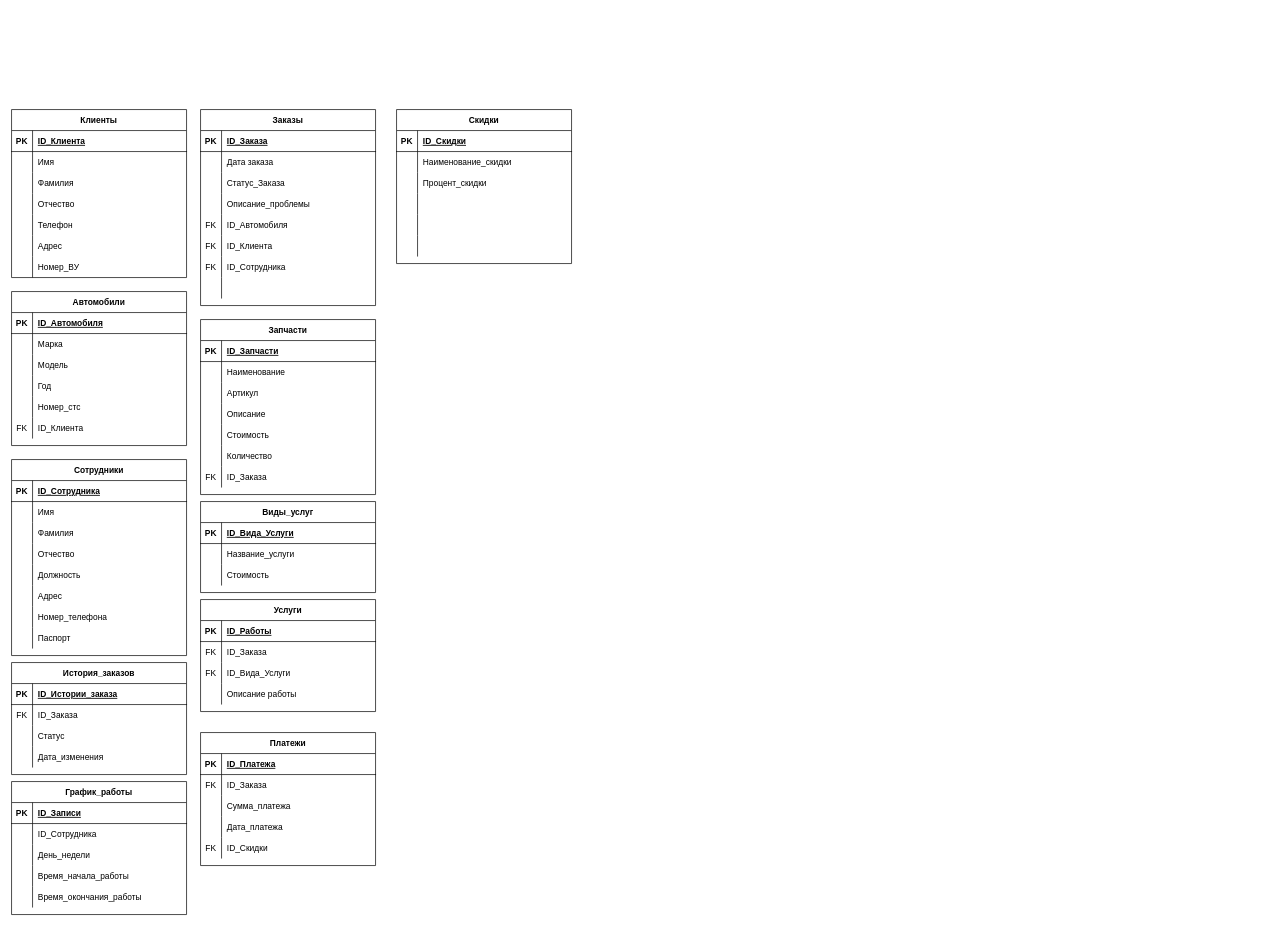
Earlier version of the draw.io diagram bsbd-kurs.drawio (1DeMeNToR1/D-D-Helper). Source tidied: cells renumbered, new cells numbered last; positions are measured from the earlier drawing's top-left corner, leaving out a move shared by most shapes. Both pictures are drawn from the tidied source at 70%, with x=0, y=0 at pixel (11, 109).
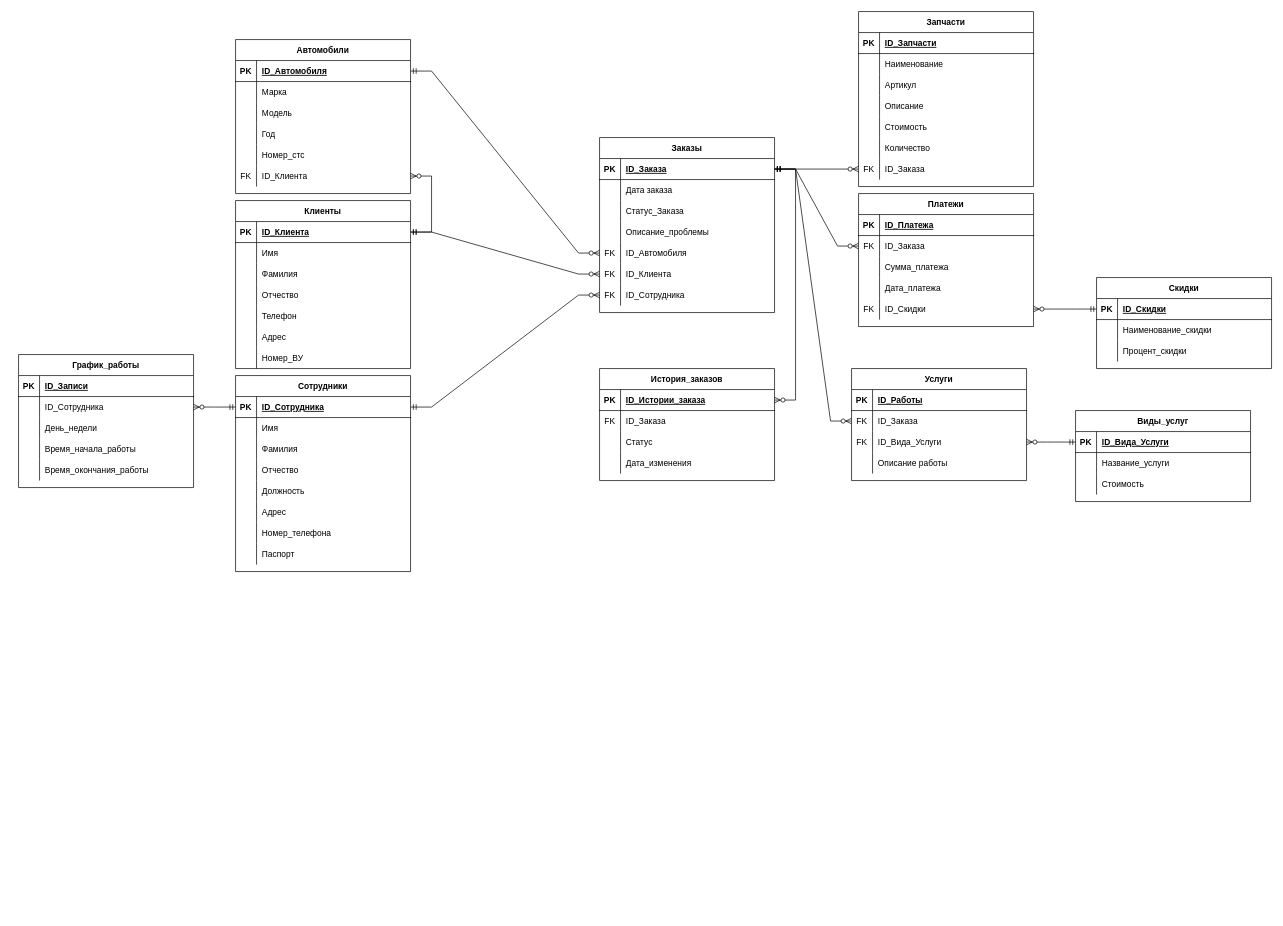
After the change.

The change refers to these unchanged cells:
```xml
<mxCell id="3" style="shape=partialRectangle;fillColor=none;points=[[0,0.5],[1,0.5]];portConstraint=eastwest;top=0;left=0;right=0;bottom=1;" parent="2" vertex="1">
  <mxGeometry y="30" width="250" height="30" as="geometry" />
</mxCell>
<mxCell id="25" style="shape=partialRectangle;fillColor=none;points=[[0,0.5],[1,0.5]];portConstraint=eastwest;top=0;left=0;right=0;bottom=1;" parent="24" vertex="1">
  <mxGeometry y="30" width="250" height="30" as="geometry" />
</mxCell>
<mxCell id="37" style="shape=partialRectangle;fillColor=none;points=[[0,0.5],[1,0.5]];portConstraint=eastwest;top=0;left=0;right=0;bottom=0;" parent="24" vertex="1">
  <mxGeometry y="150" width="250" height="30" as="geometry" />
</mxCell>
<mxCell id="40" style="shape=partialRectangle;fillColor=none;points=[[0,0.5],[1,0.5]];portConstraint=eastwest;top=0;left=0;right=0;bottom=0;" parent="24" vertex="1">
  <mxGeometry y="180" width="250" height="30" as="geometry" />
</mxCell>
<mxCell id="43" style="shape=partialRectangle;fillColor=none;points=[[0,0.5],[1,0.5]];portConstraint=eastwest;top=0;left=0;right=0;bottom=0;" parent="24" vertex="1">
  <mxGeometry y="210" width="250" height="30" as="geometry" />
</mxCell>
<mxCell id="50" style="shape=partialRectangle;fillColor=none;points=[[0,0.5],[1,0.5]];portConstraint=eastwest;top=0;left=0;right=0;bottom=1;" parent="49" vertex="1">
  <mxGeometry y="30" width="250" height="30" as="geometry" />
</mxCell>
<mxCell id="65" style="shape=partialRectangle;fillColor=none;points=[[0,0.5],[1,0.5]];portConstraint=eastwest;top=0;left=0;right=0;bottom=0;" parent="49" vertex="1">
  <mxGeometry y="180" width="250" height="30" as="geometry" />
</mxCell>
<mxCell id="87" style="shape=partialRectangle;fillColor=none;points=[[0,0.5],[1,0.5]];portConstraint=eastwest;top=0;left=0;right=0;bottom=0;" parent="68" vertex="1">
  <mxGeometry y="210" width="250" height="30" as="geometry" />
</mxCell>
<mxCell id="91" style="shape=partialRectangle;fillColor=none;points=[[0,0.5],[1,0.5]];portConstraint=eastwest;top=0;left=0;right=0;bottom=1;" parent="90" vertex="1">
  <mxGeometry y="30" width="250" height="30" as="geometry" />
</mxCell>
<mxCell id="116" style="shape=partialRectangle;fillColor=none;points=[[0,0.5],[1,0.5]];portConstraint=eastwest;top=0;left=0;right=0;bottom=1;" parent="115" vertex="1">
  <mxGeometry y="30" width="250" height="30" as="geometry" />
</mxCell>
<mxCell id="129" style="shape=partialRectangle;fillColor=none;points=[[0,0.5],[1,0.5]];portConstraint=eastwest;top=0;left=0;right=0;bottom=0;" parent="125" vertex="1">
  <mxGeometry y="60" width="250" height="30" as="geometry" />
</mxCell>
<mxCell id="132" style="shape=partialRectangle;fillColor=none;points=[[0,0.5],[1,0.5]];portConstraint=eastwest;top=0;left=0;right=0;bottom=0;" parent="125" vertex="1">
  <mxGeometry y="90" width="250" height="30" as="geometry" />
</mxCell>
<mxCell id="139" style="shape=partialRectangle;fillColor=none;points=[[0,0.5],[1,0.5]];portConstraint=eastwest;top=0;left=0;right=0;bottom=1;" parent="138" vertex="1">
  <mxGeometry y="30" width="250" height="30" as="geometry" />
</mxCell>
<mxCell id="158" style="shape=partialRectangle;fillColor=none;points=[[0,0.5],[1,0.5]];portConstraint=eastwest;top=0;left=0;right=0;bottom=1;" parent="157" vertex="1">
  <mxGeometry y="30" width="250" height="30" as="geometry" />
</mxCell>
<mxCell id="174" style="shape=partialRectangle;fillColor=none;points=[[0,0.5],[1,0.5]];portConstraint=eastwest;top=0;left=0;right=0;bottom=0;" parent="170" vertex="1">
  <mxGeometry y="60" width="250" height="30" as="geometry" />
</mxCell>
<mxCell id="183" style="shape=partialRectangle;fillColor=none;points=[[0,0.5],[1,0.5]];portConstraint=eastwest;top=0;left=0;right=0;bottom=0;" parent="170" vertex="1">
  <mxGeometry y="150" width="250" height="30" as="geometry" />
</mxCell>
<mxCell id="190" style="shape=partialRectangle;fillColor=none;points=[[0,0.5],[1,0.5]];portConstraint=eastwest;top=0;left=0;right=0;bottom=0;" parent="186" vertex="1">
  <mxGeometry y="60" width="250" height="30" as="geometry" />
</mxCell>
```

Diff of the diagram source:
```diff
@@
     <mxCell id="2" value="Клиенты" style="shape=table;startSize=30;childLayout=tableLayout;rowLines=0;fontStyle=1;align=center;" parent="1" vertex="1">
-      <mxGeometry width="250" height="240" as="geometry" />
+      <mxGeometry x="320" y="130" width="250" height="240" as="geometry" />
     </mxCell>
@@
     <mxCell id="24" value="Заказы" style="shape=table;startSize=30;childLayout=tableLayout;rowLines=0;fontStyle=1;align=center;" parent="1" vertex="1">
-      <mxGeometry x="270" width="250" height="280" as="geometry" />
+      <mxGeometry x="840" y="40" width="250" height="250" as="geometry" />
     </mxCell>
@@
-    <mxCell id="46" style="shape=partialRectangle;fillColor=none;top=0;left=0;right=0;bottom=0;" parent="24" vertex="1">
-      <mxGeometry y="240" width="250" height="30" as="geometry" />
-    </mxCell>
-    <mxCell id="47" style="shape=partialRectangle;overflow=hidden;fillColor=none;top=0;left=0;bottom=0;right=0;" parent="46" vertex="1">
-      <mxGeometry width="30" height="30" as="geometry" />
-    </mxCell>
-    <mxCell id="48" style="shape=partialRectangle;overflow=hidden;fillColor=none;top=0;left=0;bottom=0;right=0;align=left;spacingLeft=6;" parent="46" vertex="1">
-      <mxGeometry x="30" width="220" height="30" as="geometry" />
-    </mxCell>
     <mxCell id="49" value="Автомобили" style="shape=table;startSize=30;childLayout=tableLayout;rowLines=0;fontStyle=1;align=center;" parent="1" vertex="1">
-      <mxGeometry y="260" width="250" height="220" as="geometry" />
+      <mxGeometry x="320" y="-100" width="250" height="220" as="geometry" />
     </mxCell>
@@
     <mxCell id="68" value="Запчасти" style="shape=table;startSize=30;childLayout=tableLayout;rowLines=0;fontStyle=1;align=center;" parent="1" vertex="1">
-      <mxGeometry x="270" y="300" width="250" height="250" as="geometry" />
+      <mxGeometry x="1210" y="-140" width="250" height="250" as="geometry" />
     </mxCell>
@@
     <mxCell id="90" value="Сотрудники" style="shape=table;startSize=30;childLayout=tableLayout;rowLines=0;fontStyle=1;align=center;" parent="1" vertex="1">
-      <mxGeometry y="500" width="250" height="280" as="geometry" />
+      <mxGeometry x="320" y="380" width="250" height="280" as="geometry" />
     </mxCell>
@@
     <mxCell id="115" value="Виды_услуг" style="shape=table;startSize=30;childLayout=tableLayout;rowLines=0;fontStyle=1;align=center;" parent="1" vertex="1">
-      <mxGeometry x="270" y="560" width="250" height="130" as="geometry" />
+      <mxGeometry x="1520" y="430" width="250" height="130" as="geometry" />
     </mxCell>
@@
     <mxCell id="125" value="Услуги" style="shape=table;startSize=30;childLayout=tableLayout;rowLines=0;fontStyle=1;align=center;" parent="1" vertex="1">
-      <mxGeometry x="270" y="700" width="250" height="160" as="geometry" />
+      <mxGeometry x="1200" y="370" width="250" height="160" as="geometry" />
     </mxCell>
@@
     <mxCell id="138" value="Скидки" style="shape=table;startSize=30;childLayout=tableLayout;rowLines=0;fontStyle=1;align=center;" parent="1" vertex="1">
-      <mxGeometry x="550" width="250" height="220" as="geometry" />
+      <mxGeometry x="1550" y="240" width="250" height="130" as="geometry" />
     </mxCell>
@@
-    <mxCell id="148" style="shape=partialRectangle;fillColor=none;top=0;left=0;right=0;bottom=0;" parent="138" vertex="1">
-      <mxGeometry y="120" width="250" height="30" as="geometry" />
-    </mxCell>
-    <mxCell id="149" style="shape=partialRectangle;overflow=hidden;fillColor=none;top=0;left=0;bottom=0;right=0;" parent="148" vertex="1">
-      <mxGeometry width="30" height="30" as="geometry" />
-    </mxCell>
-    <mxCell id="150" style="shape=partialRectangle;overflow=hidden;fillColor=none;top=0;left=0;bottom=0;right=0;align=left;spacingLeft=6;" parent="148" vertex="1">
-      <mxGeometry x="30" width="220" height="30" as="geometry" />
-    </mxCell>
-    <mxCell id="151" style="shape=partialRectangle;fillColor=none;top=0;left=0;right=0;bottom=0;" parent="138" vertex="1">
-      <mxGeometry y="150" width="250" height="30" as="geometry" />
-    </mxCell>
-    <mxCell id="152" style="shape=partialRectangle;overflow=hidden;fillColor=none;top=0;left=0;bottom=0;right=0;" parent="151" vertex="1">
-      <mxGeometry width="30" height="30" as="geometry" />
-    </mxCell>
-    <mxCell id="153" style="shape=partialRectangle;overflow=hidden;fillColor=none;top=0;left=0;bottom=0;right=0;align=left;spacingLeft=6;" parent="151" vertex="1">
-      <mxGeometry x="30" width="220" height="30" as="geometry" />
-    </mxCell>
-    <mxCell id="154" style="shape=partialRectangle;fillColor=none;top=0;left=0;right=0;bottom=0;" parent="138" vertex="1">
-      <mxGeometry y="180" width="250" height="30" as="geometry" />
-    </mxCell>
-    <mxCell id="155" style="shape=partialRectangle;overflow=hidden;fillColor=none;top=0;left=0;bottom=0;right=0;" parent="154" vertex="1">
-      <mxGeometry width="30" height="30" as="geometry" />
-    </mxCell>
-    <mxCell id="156" style="shape=partialRectangle;overflow=hidden;fillColor=none;top=0;left=0;bottom=0;right=0;align=left;spacingLeft=6;" parent="154" vertex="1">
-      <mxGeometry x="30" width="220" height="30" as="geometry" />
-    </mxCell>
     <mxCell id="157" value="История_заказов" style="shape=table;startSize=30;childLayout=tableLayout;rowLines=0;fontStyle=1;align=center;" parent="1" vertex="1">
-      <mxGeometry y="790" width="250" height="160" as="geometry" />
+      <mxGeometry x="840" y="370" width="250" height="160" as="geometry" />
     </mxCell>
@@
     <mxCell id="170" value="Платежи" style="shape=table;startSize=30;childLayout=tableLayout;rowLines=0;fontStyle=1;align=center;" parent="1" vertex="1">
-      <mxGeometry x="270" y="890" width="250" height="190" as="geometry" />
+      <mxGeometry x="1210" y="120" width="250" height="190" as="geometry" />
     </mxCell>
@@
     <mxCell id="186" value="График_работы" style="shape=table;startSize=30;childLayout=tableLayout;rowLines=0;fontStyle=1;align=center;" parent="1" vertex="1">
-      <mxGeometry y="960" width="250" height="190" as="geometry" />
+      <mxGeometry x="10" y="350" width="250" height="190" as="geometry" />
     </mxCell>
@@
+    <mxCell id="202" style="edgeStyle=entityRelationEdgeStyle;fontSize=12;html=1;endArrow=ERzeroToMany;startArrow=ERmandOne;rounded=0;exitX=1;exitY=0.5;exitDx=0;exitDy=0;entryX=0;entryY=0.5;entryDx=0;entryDy=0;" parent="1" edge="1" source="3" target="40">
+      <mxGeometry relative="1" as="geometry" />
+    </mxCell>
+    <mxCell id="203" style="edgeStyle=entityRelationEdgeStyle;fontSize=12;html=1;endArrow=ERzeroToMany;startArrow=ERmandOne;rounded=0;entryX=1;entryY=0.5;entryDx=0;entryDy=0;exitX=1;exitY=0.5;exitDx=0;exitDy=0;" parent="1" edge="1" source="3" target="65">
+      <mxGeometry relative="1" as="geometry" />
+    </mxCell>
+    <mxCell id="204" style="edgeStyle=entityRelationEdgeStyle;fontSize=12;html=1;endArrow=ERzeroToMany;startArrow=ERmandOne;rounded=0;exitX=1;exitY=0.5;exitDx=0;exitDy=0;entryX=0;entryY=0.5;entryDx=0;entryDy=0;" parent="1" edge="1" source="50" target="37">
+      <mxGeometry relative="1" as="geometry" />
+    </mxCell>
+    <mxCell id="205" style="edgeStyle=entityRelationEdgeStyle;fontSize=12;html=1;endArrow=ERzeroToMany;startArrow=ERmandOne;rounded=0;exitX=1;exitY=0.5;exitDx=0;exitDy=0;entryX=0;entryY=0.5;entryDx=0;entryDy=0;" parent="1" edge="1" source="91" target="43">
+      <mxGeometry relative="1" as="geometry" />
+    </mxCell>
+    <mxCell id="206" style="edgeStyle=entityRelationEdgeStyle;fontSize=12;html=1;endArrow=ERzeroToMany;startArrow=ERmandOne;rounded=0;exitX=0;exitY=0.5;exitDx=0;exitDy=0;entryX=1;entryY=0.5;entryDx=0;entryDy=0;" parent="1" edge="1" source="91" target="190">
+      <mxGeometry relative="1" as="geometry" />
+    </mxCell>
+    <mxCell id="207" style="edgeStyle=entityRelationEdgeStyle;fontSize=12;html=1;endArrow=ERzeroToMany;startArrow=ERmandOne;rounded=0;exitX=0;exitY=0.5;exitDx=0;exitDy=0;entryX=1;entryY=0.5;entryDx=0;entryDy=0;" parent="1" edge="1" source="116" target="132">
+      <mxGeometry relative="1" as="geometry" />
+    </mxCell>
+    <mxCell id="208" style="edgeStyle=entityRelationEdgeStyle;fontSize=12;html=1;endArrow=ERzeroToMany;startArrow=ERmandOne;rounded=0;exitX=0;exitY=0.5;exitDx=0;exitDy=0;entryX=1;entryY=0.5;entryDx=0;entryDy=0;" parent="1" edge="1" source="139" target="183">
+      <mxGeometry relative="1" as="geometry" />
+    </mxCell>
+    <mxCell id="209" style="edgeStyle=entityRelationEdgeStyle;fontSize=12;html=1;endArrow=ERzeroToMany;startArrow=ERmandOne;rounded=0;exitX=1;exitY=0.5;exitDx=0;exitDy=0;entryX=0;entryY=0.5;entryDx=0;entryDy=0;" parent="1" edge="1" source="25" target="174">
+      <mxGeometry relative="1" as="geometry" />
+    </mxCell>
+    <mxCell id="210" style="edgeStyle=entityRelationEdgeStyle;fontSize=12;html=1;endArrow=ERzeroToMany;startArrow=ERmandOne;rounded=0;exitX=1;exitY=0.5;exitDx=0;exitDy=0;entryX=0;entryY=0.5;entryDx=0;entryDy=0;" parent="1" edge="1" source="25" target="87">
+      <mxGeometry relative="1" as="geometry" />
+    </mxCell>
+    <mxCell id="211" style="edgeStyle=entityRelationEdgeStyle;fontSize=12;html=1;endArrow=ERzeroToMany;startArrow=ERmandOne;rounded=0;exitX=1;exitY=0.5;exitDx=0;exitDy=0;entryX=1;entryY=0.5;entryDx=0;entryDy=0;" parent="1" edge="1" source="25" target="158">
+      <mxGeometry relative="1" as="geometry" />
+    </mxCell>
+    <mxCell id="212" style="edgeStyle=entityRelationEdgeStyle;fontSize=12;html=1;endArrow=ERzeroToMany;startArrow=ERmandOne;rounded=0;exitX=1;exitY=0.5;exitDx=0;exitDy=0;entryX=0;entryY=0.5;entryDx=0;entryDy=0;" parent="1" edge="1" source="25" target="129">
+      <mxGeometry relative="1" as="geometry" />
+    </mxCell>
```
